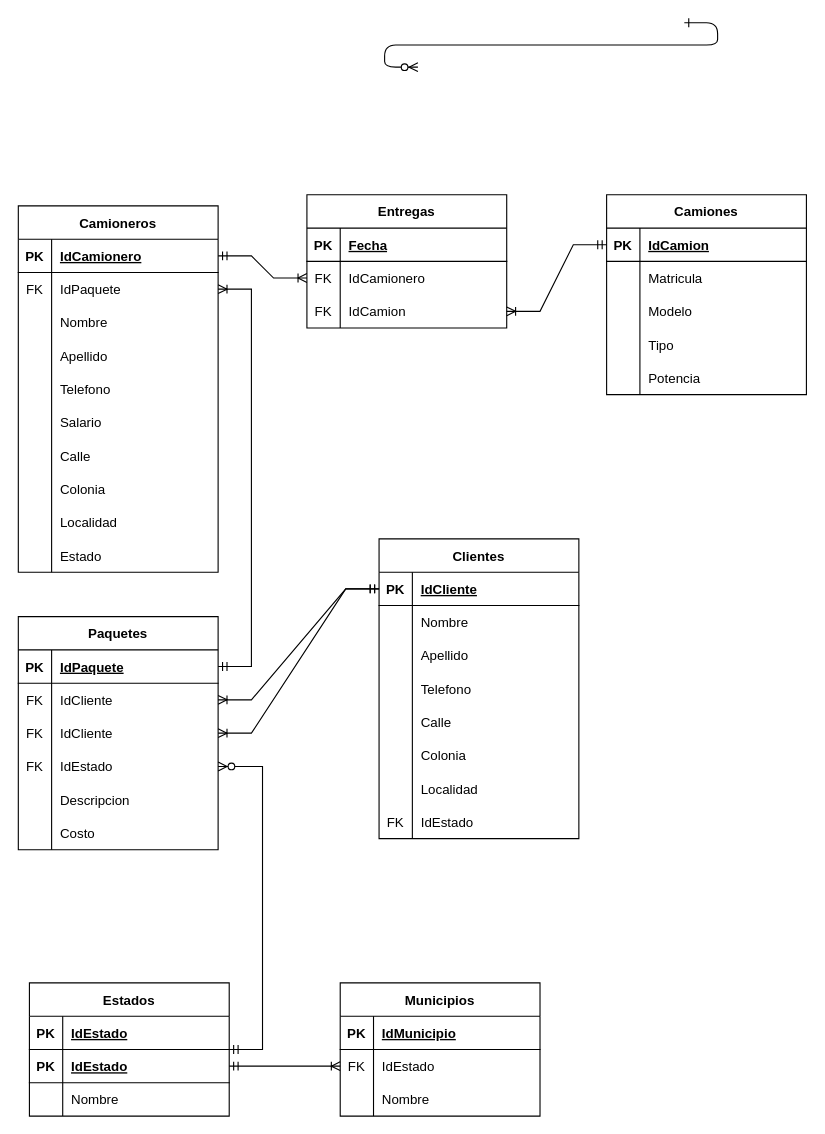
DanielaaER/Base-de-Datos keeps this draw.io diagram as Transportes.drawio. Above is the earlier version. Source tidied: cells renumbered, new cells numbered last; positions are measured from the earlier drawing's top-left corner, leaving out a move shared by most shapes. Both pictures are drawn from the tidied source at 111%, with x=0, y=0 at pixel (18, 22).
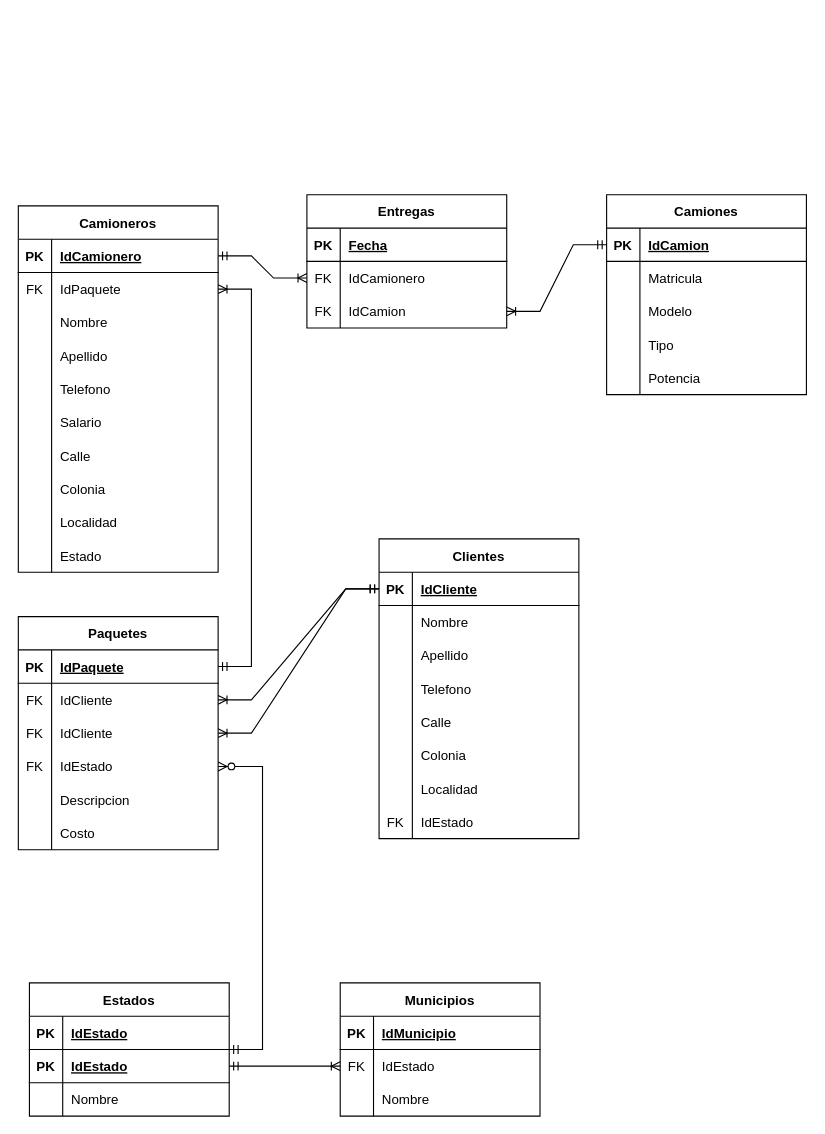
The same diagram, later.

The edit, as a diff of the source:
```diff
@@
-    <mxCell id="2" style="edgeStyle=entityRelationEdgeStyle;endArrow=ERzeroToMany;startArrow=ERone;endFill=1;startFill=0;" parent="1" edge="1">
-      <mxGeometry relative="1" as="geometry">
-        <mxPoint x="600" as="sourcePoint" />
-        <mxPoint x="360" y="40" as="targetPoint" />
-      </mxGeometry>
-    </mxCell>
```
